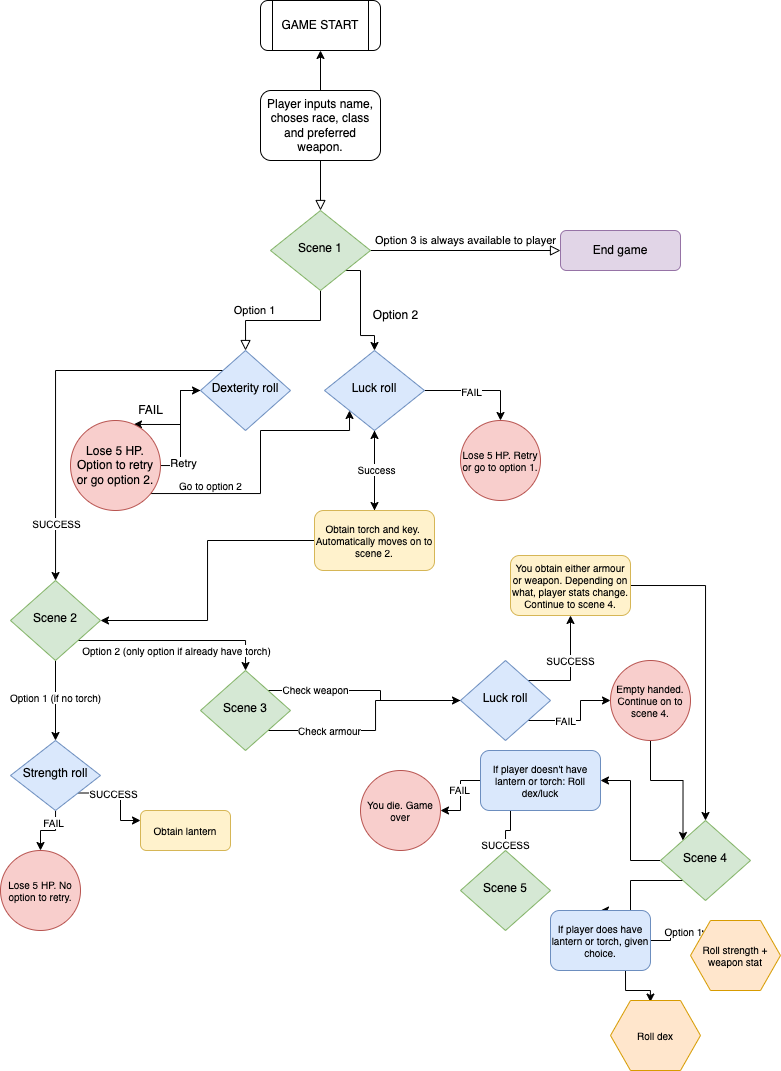
Earlier version of the draw.io export readme_docs/flowchart.png (gracemcken/the-cave). Source tidied: cells renumbered, new cells last; positions are measured from the earlier drawing's top-left corner, leaving out a move shared by most shapes.
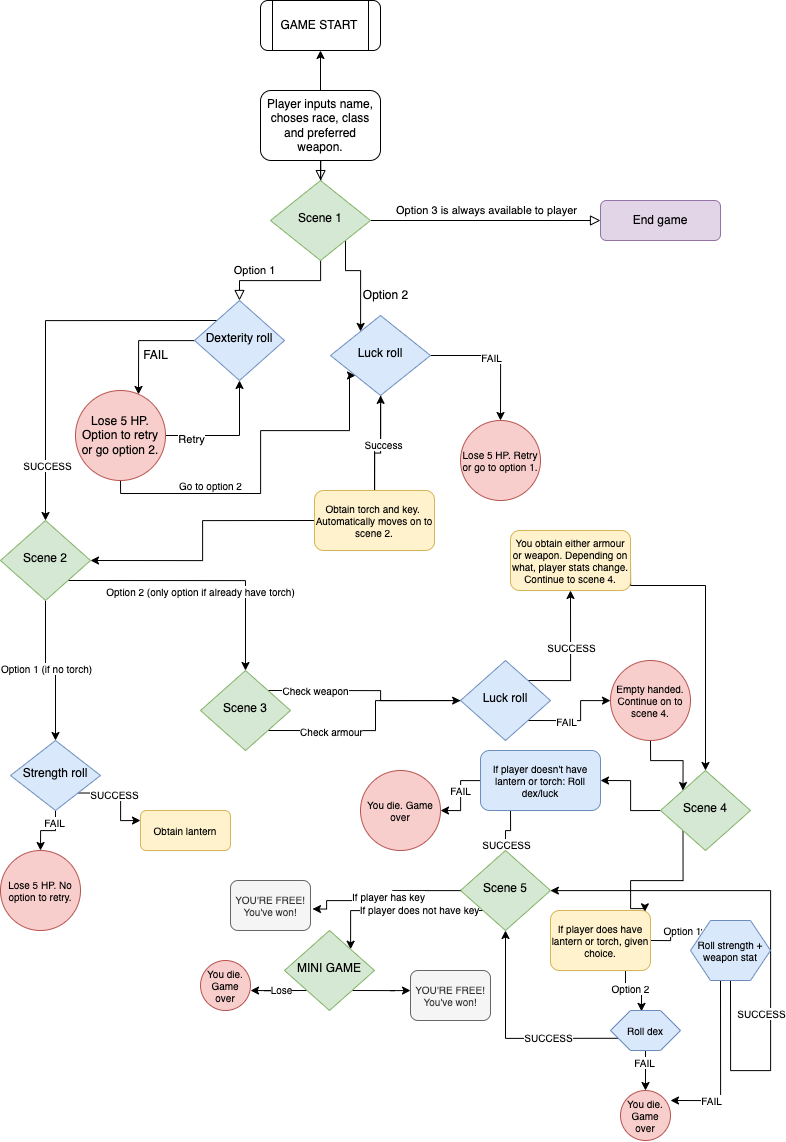
After the commit.

Change to the diagram source:
```diff
@@ -29,10 +29,10 @@
       </mxGeometry>
     </mxCell>
     <mxCell id="8" value="Scene 1" style="rhombus;whiteSpace=wrap;html=1;shadow=0;fontFamily=Helvetica;fontSize=12;align=center;strokeWidth=1;spacing=6;spacingTop=-4;fillColor=#d5e8d4;strokeColor=#82b366;" parent="1" vertex="1">
-      <mxGeometry x="270" y="210" width="100" height="80" as="geometry" />
+      <mxGeometry x="270" y="180" width="100" height="80" as="geometry" />
     </mxCell>
     <mxCell id="9" value="End game" style="rounded=1;whiteSpace=wrap;html=1;fontSize=12;glass=0;strokeWidth=1;shadow=0;fillColor=#e1d5e7;strokeColor=#9673a6;" parent="1" vertex="1">
-      <mxGeometry x="560" y="230" width="120" height="40" as="geometry" />
+      <mxGeometry x="600" y="200" width="120" height="40" as="geometry" />
     </mxCell>
     <mxCell id="10" style="edgeStyle=orthogonalEdgeStyle;rounded=0;jettySize=auto;html=1;entryX=0.7;entryY=0.044;entryDx=0;entryDy=0;entryPerimeter=0;" parent="1" edge="1" source="13" target="23">
       <mxGeometry relative="1" as="geometry" />
@@ -44,7 +44,7 @@
       <mxGeometry x="0.7" y="1" relative="1" as="geometry" />
     </mxCell>
     <mxCell id="13" value="Dexterity roll" style="rhombus;whiteSpace=wrap;html=1;shadow=0;fontFamily=Helvetica;fontSize=12;align=center;strokeWidth=1;spacing=6;spacingTop=-4;fillColor=#dae8fc;strokeColor=#6c8ebf;" parent="1" vertex="1">
-      <mxGeometry x="200" y="350" width="90" height="80" as="geometry" />
+      <mxGeometry x="194" y="300" width="90" height="80" as="geometry" />
     </mxCell>
     <mxCell id="14" value="GAME START" style="shape=process;whiteSpace=wrap;html=1;backgroundOutline=1;rounded=1;glass=0;strokeWidth=1;shadow=0;" parent="1" vertex="1">
       <mxGeometry x="260" width="120" height="50" as="geometry" />
@@ -70,10 +70,10 @@
       </mxGeometry>
     </mxCell>
     <mxCell id="19" value="Luck roll" style="rhombus;whiteSpace=wrap;html=1;shadow=0;fontFamily=Helvetica;fontSize=12;align=center;strokeWidth=1;spacing=6;spacingTop=-4;fillColor=#dae8fc;strokeColor=#6c8ebf;" parent="1" vertex="1">
-      <mxGeometry x="324" y="350" width="100" height="80" as="geometry" />
+      <mxGeometry x="330" y="315" width="100" height="80" as="geometry" />
     </mxCell>
     <mxCell id="20" value="Option 2" style="text;html=1;align=center;verticalAlign=middle;strokeColor=none;fillColor=none;" parent="1" vertex="1">
-      <mxGeometry x="360" y="300" width="70" height="30" as="geometry" />
+      <mxGeometry x="350" y="280" width="70" height="30" as="geometry" />
     </mxCell>
     <mxCell id="21" style="edgeStyle=orthogonalEdgeStyle;rounded=0;jettySize=auto;html=1;" parent="1" edge="1" source="23" target="13">
       <mxGeometry relative="1" as="geometry" />
@@ -82,10 +82,10 @@
       <mxGeometry x="-0.62" y="-3" relative="1" as="geometry" />
     </mxCell>
     <mxCell id="23" value="Lose 5 HP. Option to retry or go option 2." style="ellipse;whiteSpace=wrap;html=1;fillColor=#f8cecc;strokeColor=#b85450;" parent="1" vertex="1">
-      <mxGeometry x="70" y="420" width="90" height="90" as="geometry" />
+      <mxGeometry x="75" y="390" width="90" height="90" as="geometry" />
     </mxCell>
     <mxCell id="24" value="FAIL" style="text;html=1;align=center;verticalAlign=middle;strokeColor=none;fillColor=none;" parent="1" vertex="1">
-      <mxGeometry x="125" y="395" width="50" height="30" as="geometry" />
+      <mxGeometry x="130" y="340" width="50" height="30" as="geometry" />
     </mxCell>
     <mxCell id="25" value="Go to option 2" style="text;html=1;align=center;verticalAlign=middle;strokeColor=none;fillColor=none;fontSize=10;" parent="1" vertex="1">
       <mxGeometry x="165" y="470" width="90" height="30" as="geometry" />
@@ -105,7 +105,7 @@
       </mxGeometry>
     </mxCell>
     <mxCell id="30" value="Scene 2" style="rhombus;whiteSpace=wrap;html=1;shadow=0;fontFamily=Helvetica;fontSize=12;align=center;strokeWidth=1;spacing=6;spacingTop=-4;fillColor=#d5e8d4;strokeColor=#82b366;" parent="1" vertex="1">
-      <mxGeometry x="10" y="580" width="90" height="80" as="geometry" />
+      <mxGeometry y="520" width="90" height="80" as="geometry" />
     </mxCell>
     <mxCell id="31" value="Lose 5 HP. Retry or go to option 1." style="ellipse;whiteSpace=wrap;html=1;fontSize=10;fillColor=#f8cecc;strokeColor=#b85450;" parent="1" vertex="1">
       <mxGeometry x="460" y="420" width="80" height="80" as="geometry" />
@@ -120,7 +120,7 @@
       <mxGeometry relative="1" as="geometry" />
     </mxCell>
     <mxCell id="35" value="Obtain torch and key.&amp;nbsp;&lt;br&gt;Automatically moves on to scene 2." style="rounded=1;whiteSpace=wrap;html=1;fontSize=10;fillColor=#fff2cc;strokeColor=#d6b656;" parent="1" vertex="1">
-      <mxGeometry x="314" y="510" width="120" height="60" as="geometry" />
+      <mxGeometry x="314" y="490" width="120" height="60" as="geometry" />
     </mxCell>
     <mxCell id="36" style="edgeStyle=orthogonalEdgeStyle;rounded=0;jettySize=auto;html=1;entryX=0.5;entryY=0;entryDx=0;entryDy=0;fontSize=10;" parent="1" edge="1" source="40" target="41">
       <mxGeometry relative="1" as="geometry" />
@@ -199,20 +199,22 @@
       </mxGeometry>
     </mxCell>
     <mxCell id="56" value="You obtain either armour or weapon. Depending on what, player stats change. Continue to scene 4." style="rounded=1;whiteSpace=wrap;html=1;fontSize=10;fillColor=#fff2cc;strokeColor=#d6b656;" parent="1" vertex="1">
-      <mxGeometry x="510" y="555" width="120" height="60" as="geometry" />
+      <mxGeometry x="510" y="530" width="120" height="60" as="geometry" />
     </mxCell>
     <mxCell id="57" style="edgeStyle=orthogonalEdgeStyle;rounded=0;jettySize=auto;html=1;exitX=0;exitY=0.5;exitDx=0;exitDy=0;fontSize=10;entryX=1;entryY=0.5;entryDx=0;entryDy=0;" parent="1" edge="1" source="59" target="64">
       <mxGeometry relative="1" as="geometry" />
     </mxCell>
-    <mxCell id="58" style="edgeStyle=orthogonalEdgeStyle;rounded=0;jettySize=auto;html=1;exitX=0;exitY=1;exitDx=0;exitDy=0;fontSize=10;entryX=0.5;entryY=0;entryDx=0;entryDy=0;" parent="1" edge="1" source="59" target="70">
+    <mxCell id="58" style="edgeStyle=orthogonalEdgeStyle;rounded=0;jettySize=auto;html=1;exitX=0;exitY=1;exitDx=0;exitDy=0;fontSize=10;entryX=0.943;entryY=0.022;entryDx=0;entryDy=0;entryPerimeter=0;" parent="1" edge="1" source="59" target="70">
       <mxGeometry relative="1" as="geometry">
         <Array as="points">
           <mxPoint x="630" y="880" />
+          <mxPoint x="630" y="908" />
+          <mxPoint x="644" y="908" />
         </Array>
       </mxGeometry>
     </mxCell>
     <mxCell id="59" value="Scene 4" style="rhombus;whiteSpace=wrap;html=1;shadow=0;fontFamily=Helvetica;fontSize=12;align=center;strokeWidth=1;spacing=6;spacingTop=-4;fillColor=#d5e8d4;strokeColor=#82b366;" parent="1" vertex="1">
-      <mxGeometry x="660" y="820" width="90" height="80" as="geometry" />
+      <mxGeometry x="660" y="770" width="90" height="80" as="geometry" />
     </mxCell>
     <mxCell id="60" style="edgeStyle=orthogonalEdgeStyle;rounded=0;jettySize=auto;html=1;fontSize=10;" parent="1" edge="1" source="64">
       <mxGeometry relative="1" as="geometry">
@@ -234,6 +236,16 @@
     <mxCell id="65" value="You die. Game over" style="ellipse;whiteSpace=wrap;html=1;fontSize=10;fillColor=#f8cecc;strokeColor=#b85450;" parent="1" vertex="1">
       <mxGeometry x="360" y="770" width="80" height="80" as="geometry" />
     </mxCell>
+    <mxCell id="73" style="edgeStyle=orthogonalEdgeStyle;rounded=0;jettySize=auto;html=1;exitX=0;exitY=1;exitDx=0;exitDy=0;fontSize=10;" parent="1" edge="1" source="66" target="91">
+      <mxGeometry relative="1" as="geometry">
+        <Array as="points">
+          <mxPoint x="350" y="910" />
+        </Array>
+      </mxGeometry>
+    </mxCell>
+    <mxCell id="74" value="If player does not have key" style="edgeLabel;html=1;align=center;verticalAlign=middle;fontSize=10;" parent="73" vertex="1">
+      <mxGeometry x="-0.24" y="-2" relative="1" as="geometry" />
+    </mxCell>
     <mxCell id="66" value="Scene 5" style="rhombus;whiteSpace=wrap;html=1;shadow=0;fontFamily=Helvetica;fontSize=12;align=center;strokeWidth=1;spacing=6;spacingTop=-4;fillColor=#d5e8d4;strokeColor=#82b366;" parent="1" vertex="1">
       <mxGeometry x="460" y="850" width="90" height="80" as="geometry" />
     </mxCell>
@@ -246,14 +258,93 @@
     <mxCell id="69" style="edgeStyle=orthogonalEdgeStyle;rounded=0;jettySize=auto;html=1;exitX=0.75;exitY=1;exitDx=0;exitDy=0;entryX=0.443;entryY=0.022;entryDx=0;entryDy=0;entryPerimeter=0;fontSize=10;" parent="1" edge="1" source="70" target="72">
       <mxGeometry relative="1" as="geometry" />
     </mxCell>
+    <mxCell id="75" value="Option 2" style="edgeLabel;html=1;align=center;verticalAlign=middle;fontSize=10;" parent="69" vertex="1">
+      <mxGeometry x="-0.15" y="3" relative="1" as="geometry" />
+    </mxCell>
-    <mxCell id="70" value="If player does have lantern or torch, given choice." style="rounded=1;whiteSpace=wrap;html=1;fontSize=10;fillColor=#dae8fc;strokeColor=#6c8ebf;" parent="1" vertex="1">
+    <mxCell id="70" value="If player does have lantern or torch, given choice." style="rounded=1;whiteSpace=wrap;html=1;fontSize=10;fillColor=#fff2cc;strokeColor=#d6b656;" parent="1" vertex="1">
       <mxGeometry x="550" y="910" width="100" height="60" as="geometry" />
     </mxCell>
+    <mxCell id="76" style="edgeStyle=orthogonalEdgeStyle;rounded=0;jettySize=auto;html=1;exitX=0.5;exitY=1;exitDx=0;exitDy=0;fontSize=10;" parent="1" edge="1" source="71" target="66">
+      <mxGeometry relative="1" as="geometry">
+        <Array as="points">
+          <mxPoint x="730" y="1070" />
+          <mxPoint x="770" y="1070" />
+          <mxPoint x="770" y="890" />
+        </Array>
+      </mxGeometry>
+    </mxCell>
+    <mxCell id="77" value="SUCCESS" style="edgeLabel;html=1;align=center;verticalAlign=middle;fontSize=10;" parent="76" vertex="1">
+      <mxGeometry x="-0.1" y="-2" relative="1" as="geometry">
+        <mxPoint x="-12" y="49" as="offset" />
+      </mxGeometry>
+    </mxCell>
+    <mxCell id="78" style="edgeStyle=orthogonalEdgeStyle;rounded=0;jettySize=auto;html=1;exitX=0.375;exitY=1;exitDx=0;exitDy=0;entryX=1;entryY=0.2;entryDx=0;entryDy=0;entryPerimeter=0;fontSize=10;" parent="1" edge="1" source="71" target="84">
+      <mxGeometry relative="1" as="geometry" />
+    </mxCell>
+    <mxCell id="79" value="FAIL" style="edgeLabel;html=1;align=center;verticalAlign=middle;fontSize=10;" parent="78" vertex="1">
+      <mxGeometry x="-0.52" y="-1" relative="1" as="geometry">
+        <mxPoint x="-9" y="79" as="offset" />
+      </mxGeometry>
+    </mxCell>
-    <mxCell id="71" value="Roll strength + weapon stat" style="shape=hexagon;perimeter=hexagonPerimeter2;whiteSpace=wrap;html=1;fixedSize=1;fontSize=10;fillColor=#ffe6cc;strokeColor=#d79b00;" parent="1" vertex="1">
-      <mxGeometry x="690" y="920" width="90" height="70" as="geometry" />
+    <mxCell id="71" value="Roll strength + weapon stat" style="shape=hexagon;perimeter=hexagonPerimeter2;whiteSpace=wrap;html=1;fixedSize=1;fontSize=10;fillColor=#dae8fc;strokeColor=#6c8ebf;" parent="1" vertex="1">
+      <mxGeometry x="690" y="920" width="80" height="60" as="geometry" />
     </mxCell>
+    <mxCell id="80" style="edgeStyle=orthogonalEdgeStyle;rounded=0;jettySize=auto;html=1;exitX=0;exitY=0.75;exitDx=0;exitDy=0;entryX=0.5;entryY=1;entryDx=0;entryDy=0;fontSize=10;" parent="1" edge="1" source="72" target="66">
+      <mxGeometry relative="1" as="geometry" />
+    </mxCell>
+    <mxCell id="81" value="SUCCESS" style="edgeLabel;html=1;align=center;verticalAlign=middle;fontSize=10;" parent="80" vertex="1">
+      <mxGeometry x="-0.35" y="-2" relative="1" as="geometry" />
+    </mxCell>
+    <mxCell id="82" style="edgeStyle=orthogonalEdgeStyle;rounded=0;jettySize=auto;html=1;exitX=0.5;exitY=1;exitDx=0;exitDy=0;fontSize=10;entryX=0.5;entryY=0;entryDx=0;entryDy=0;" parent="1" edge="1" source="72" target="84">
+      <mxGeometry relative="1" as="geometry" />
+    </mxCell>
+    <mxCell id="83" value="FAIL" style="edgeLabel;html=1;align=center;verticalAlign=middle;fontSize=10;" parent="82" vertex="1">
+      <mxGeometry x="-0.47" y="-2" relative="1" as="geometry" />
+    </mxCell>
-    <mxCell id="72" value="Roll dex" style="shape=hexagon;perimeter=hexagonPerimeter2;whiteSpace=wrap;html=1;fixedSize=1;fontSize=10;fillColor=#ffe6cc;strokeColor=#d79b00;" parent="1" vertex="1">
-      <mxGeometry x="610" y="1000" width="90" height="70" as="geometry" />
+    <mxCell id="72" value="Roll dex" style="shape=hexagon;perimeter=hexagonPerimeter2;whiteSpace=wrap;html=1;fixedSize=1;fontSize=10;fillColor=#dae8fc;strokeColor=#6c8ebf;" parent="1" vertex="1">
+      <mxGeometry x="610" y="1010" width="70" height="40" as="geometry" />
     </mxCell>
+    <mxCell id="84" value="You die. Game over" style="ellipse;whiteSpace=wrap;html=1;fontSize=10;fillColor=#f8cecc;strokeColor=#b85450;" parent="1" vertex="1">
+      <mxGeometry x="620" y="1090" width="50" height="50" as="geometry" />
+    </mxCell>
+    <mxCell id="85" style="edgeStyle=orthogonalEdgeStyle;rounded=0;jettySize=auto;html=1;fontSize=10;entryX=1.025;entryY=0.57;entryDx=0;entryDy=0;entryPerimeter=0;" parent="1" edge="1" source="66" target="87">
+      <mxGeometry relative="1" as="geometry">
+        <Array as="points">
+          <mxPoint x="392" y="890" />
+          <mxPoint x="392" y="900" />
+          <mxPoint x="326" y="900" />
+        </Array>
+      </mxGeometry>
+    </mxCell>
+    <mxCell id="86" value="If player has key" style="edgeLabel;html=1;align=center;verticalAlign=middle;fontSize=10;" parent="85" vertex="1">
+      <mxGeometry x="0.29" y="1" relative="1" as="geometry">
+        <mxPoint x="23" y="-6" as="offset" />
+      </mxGeometry>
+    </mxCell>
+    <mxCell id="87" value="YOU'RE FREE! You've won!" style="rounded=1;whiteSpace=wrap;html=1;fontSize=10;fillColor=#f5f5f5;strokeColor=#666666;fontColor=#333333;" parent="1" vertex="1">
+      <mxGeometry x="230" y="880" width="80" height="50" as="geometry" />
+    </mxCell>
+    <mxCell id="88" style="edgeStyle=orthogonalEdgeStyle;rounded=0;jettySize=auto;html=1;exitX=0;exitY=1;exitDx=0;exitDy=0;fontSize=10;" parent="1" edge="1" source="91">
+      <mxGeometry relative="1" as="geometry">
+        <mxPoint x="250" y="990" as="targetPoint" />
+      </mxGeometry>
+    </mxCell>
+    <mxCell id="89" value="Lose" style="edgeLabel;html=1;align=center;verticalAlign=middle;fontSize=10;" parent="88" vertex="1">
+      <mxGeometry x="-0.2" y="-2" relative="1" as="geometry" />
+    </mxCell>
+    <mxCell id="90" style="edgeStyle=orthogonalEdgeStyle;rounded=0;jettySize=auto;html=1;exitX=1;exitY=1;exitDx=0;exitDy=0;fontSize=10;" parent="1" edge="1" source="91">
+      <mxGeometry relative="1" as="geometry">
+        <mxPoint x="410" y="990" as="targetPoint" />
+      </mxGeometry>
+    </mxCell>
+    <mxCell id="91" value="MINI GAME" style="rhombus;whiteSpace=wrap;html=1;shadow=0;fontFamily=Helvetica;fontSize=12;align=center;strokeWidth=1;spacing=6;spacingTop=-4;fillColor=#d5e8d4;strokeColor=#82b366;" parent="1" vertex="1">
+      <mxGeometry x="284" y="930" width="90" height="80" as="geometry" />
+    </mxCell>
+    <mxCell id="92" value="You die. Game over" style="ellipse;whiteSpace=wrap;html=1;fontSize=10;fillColor=#f8cecc;strokeColor=#b85450;" parent="1" vertex="1">
+      <mxGeometry x="200" y="960" width="50" height="50" as="geometry" />
+    </mxCell>
+    <mxCell id="93" value="YOU'RE FREE! You've won!" style="rounded=1;whiteSpace=wrap;html=1;fontSize=10;fillColor=#f5f5f5;strokeColor=#666666;fontColor=#333333;" parent="1" vertex="1">
+      <mxGeometry x="410" y="970" width="80" height="50" as="geometry" />
+    </mxCell>
   </root>
 </mxGraphModel>
```
